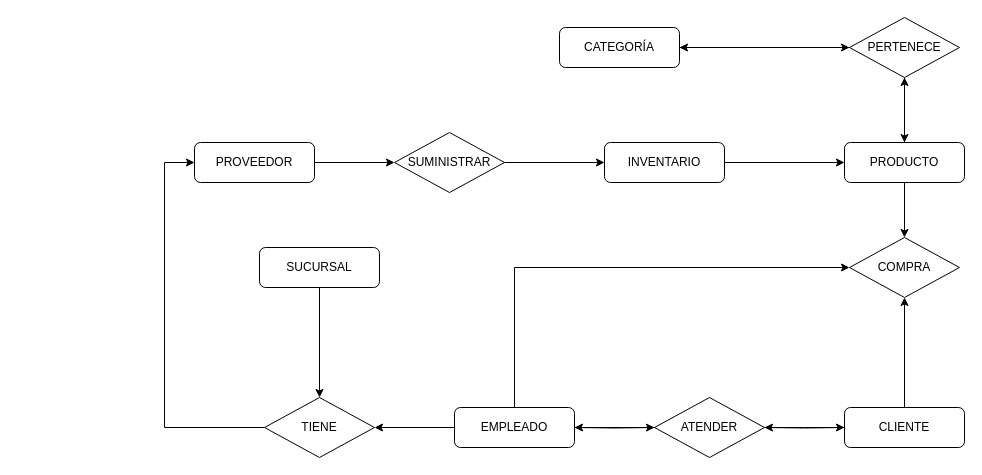
The draw.io diagram DiagramaP2.drawio in charlotosisi/Bases-de-datos-2023, before the edit. Source tidied: cells renumbered, new cells numbered last; positions are measured from the earlier drawing's top-left corner, leaving out a move shared by most shapes. Both pictures are drawn from the tidied source at 100%, with x=0, y=0 at pixel (164, 17).
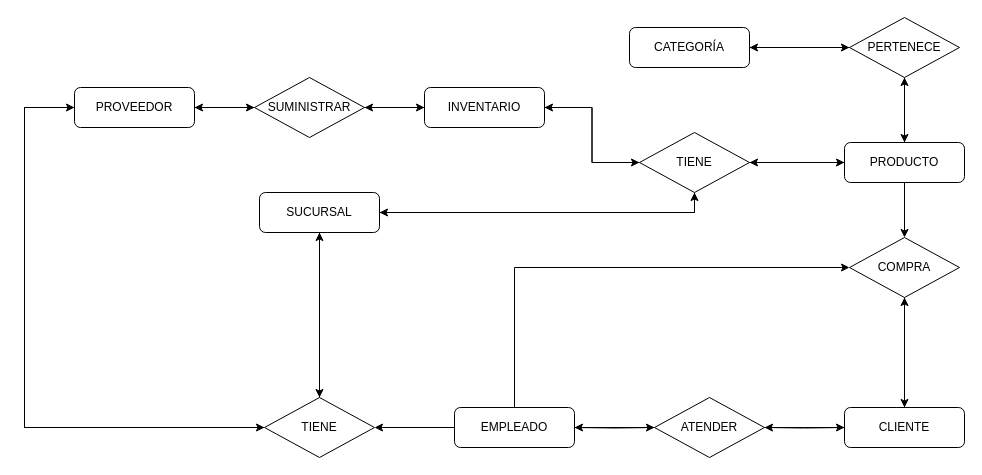
Above is the later version.

The change refers to these unchanged cells:
```xml
<mxCell id="8" value="PRODUCTO" style="rounded=1;whiteSpace=wrap;html=1;fontSize=12;glass=0;strokeWidth=1;shadow=0;" parent="1" vertex="1">
  <mxGeometry x="680" y="125" width="120" height="40" as="geometry" />
</mxCell>
<mxCell id="14" value="COMPRA" style="rhombus;whiteSpace=wrap;html=1;" parent="1" vertex="1">
  <mxGeometry x="685" y="220" width="110" height="60" as="geometry" />
</mxCell>
<mxCell id="27" value="TIENE" style="rhombus;whiteSpace=wrap;html=1;" parent="1" vertex="1">
  <mxGeometry x="100" y="380" width="110" height="60" as="geometry" />
</mxCell>
```

Diff of the diagram source:
```diff
@@
+    <mxCell id="32" style="edgeStyle=orthogonalEdgeStyle;rounded=0;jettySize=auto;html=1;entryX=0;entryY=0.5;entryDx=0;entryDy=0;" parent="1" edge="1" source="5" target="27">
+      <mxGeometry relative="1" as="geometry">
+        <Array as="points">
+          <mxPoint x="-140" y="90" />
+          <mxPoint x="-140" y="410" />
+        </Array>
+      </mxGeometry>
+    </mxCell>
     <mxCell id="5" value="PROVEEDOR" style="rounded=1;whiteSpace=wrap;html=1;fontSize=12;glass=0;strokeWidth=1;shadow=0;" parent="1" vertex="1">
-      <mxGeometry x="30" y="125" width="120" height="40" as="geometry" />
+      <mxGeometry x="-90" y="70" width="120" height="40" as="geometry" />
     </mxCell>
@@
+    <mxCell id="33" style="edgeStyle=orthogonalEdgeStyle;rounded=0;jettySize=auto;html=1;entryX=1;entryY=0.5;entryDx=0;entryDy=0;" parent="1" edge="1" source="8" target="43">
+      <mxGeometry relative="1" as="geometry" />
+    </mxCell>
@@
     <mxCell id="10" value="CATEGORÍA" style="rounded=1;whiteSpace=wrap;html=1;fontSize=12;glass=0;strokeWidth=1;shadow=0;" parent="1" vertex="1">
-      <mxGeometry x="395" y="10" width="120" height="40" as="geometry" />
+      <mxGeometry x="465" y="10" width="120" height="40" as="geometry" />
     </mxCell>
@@
+    <mxCell id="34" style="edgeStyle=orthogonalEdgeStyle;rounded=0;jettySize=auto;html=1;" parent="1" edge="1" source="14">
+      <mxGeometry relative="1" as="geometry">
+        <mxPoint x="740" y="390" as="targetPoint" />
+      </mxGeometry>
+    </mxCell>
@@
+    <mxCell id="35" style="edgeStyle=orthogonalEdgeStyle;rounded=0;jettySize=auto;html=1;entryX=0.5;entryY=1;entryDx=0;entryDy=0;" parent="1" edge="1" source="25" target="43">
+      <mxGeometry relative="1" as="geometry" />
+    </mxCell>
     <mxCell id="25" value="SUCURSAL" style="rounded=1;whiteSpace=wrap;html=1;fontSize=12;glass=0;strokeWidth=1;shadow=0;" parent="1" vertex="1">
-      <mxGeometry x="95" y="230" width="120" height="40" as="geometry" />
+      <mxGeometry x="95" y="175" width="120" height="40" as="geometry" />
     </mxCell>
     <mxCell id="26" style="edgeStyle=orthogonalEdgeStyle;rounded=0;jettySize=auto;html=1;exitX=0;exitY=0.5;exitDx=0;exitDy=0;entryX=0;entryY=0.5;entryDx=0;entryDy=0;" parent="1" edge="1" source="27" target="5">
       <mxGeometry relative="1" as="geometry">
         <Array as="points">
-          <mxPoint y="410" />
-          <mxPoint y="145" />
+          <mxPoint x="-140" y="410" />
+          <mxPoint x="-140" y="90" />
         </Array>
       </mxGeometry>
     </mxCell>
+    <mxCell id="36" style="edgeStyle=orthogonalEdgeStyle;rounded=0;jettySize=auto;html=1;entryX=0.5;entryY=1;entryDx=0;entryDy=0;" parent="1" edge="1" source="27" target="25">
+      <mxGeometry relative="1" as="geometry" />
+    </mxCell>
@@
+    <mxCell id="37" style="edgeStyle=orthogonalEdgeStyle;rounded=0;jettySize=auto;html=1;entryX=1;entryY=0.5;entryDx=0;entryDy=0;" parent="1" edge="1" source="29" target="5">
+      <mxGeometry relative="1" as="geometry" />
+    </mxCell>
     <mxCell id="29" value="SUMINISTRAR" style="rhombus;whiteSpace=wrap;html=1;" parent="1" vertex="1">
-      <mxGeometry x="230" y="115" width="110" height="60" as="geometry" />
+      <mxGeometry x="90" y="60" width="110" height="60" as="geometry" />
     </mxCell>
-    <mxCell id="30" style="edgeStyle=orthogonalEdgeStyle;rounded=0;jettySize=auto;html=1;" parent="1" edge="1" source="31" target="8">
-      <mxGeometry relative="1" as="geometry" />
-    </mxCell>
+    <mxCell id="38" style="edgeStyle=orthogonalEdgeStyle;rounded=0;jettySize=auto;html=1;entryX=0;entryY=0.5;entryDx=0;entryDy=0;" parent="1" edge="1" source="31" target="43">
+      <mxGeometry relative="1" as="geometry" />
+    </mxCell>
+    <mxCell id="39" style="edgeStyle=orthogonalEdgeStyle;rounded=0;jettySize=auto;html=1;entryX=1;entryY=0.5;entryDx=0;entryDy=0;" parent="1" edge="1" source="31" target="29">
+      <mxGeometry relative="1" as="geometry" />
+    </mxCell>
     <mxCell id="31" value="INVENTARIO" style="rounded=1;whiteSpace=wrap;html=1;fontSize=12;glass=0;strokeWidth=1;shadow=0;" parent="1" vertex="1">
-      <mxGeometry x="440" y="125" width="120" height="40" as="geometry" />
+      <mxGeometry x="260" y="70" width="120" height="40" as="geometry" />
     </mxCell>
+    <mxCell id="40" style="edgeStyle=orthogonalEdgeStyle;rounded=0;jettySize=auto;html=1;entryX=0;entryY=0.5;entryDx=0;entryDy=0;" parent="1" edge="1" source="43" target="8">
+      <mxGeometry relative="1" as="geometry" />
+    </mxCell>
+    <mxCell id="41" style="edgeStyle=orthogonalEdgeStyle;rounded=0;jettySize=auto;html=1;entryX=1;entryY=0.5;entryDx=0;entryDy=0;" parent="1" edge="1" source="43" target="31">
+      <mxGeometry relative="1" as="geometry" />
+    </mxCell>
+    <mxCell id="42" style="edgeStyle=orthogonalEdgeStyle;rounded=0;jettySize=auto;html=1;entryX=1;entryY=0.5;entryDx=0;entryDy=0;" parent="1" edge="1" source="43" target="25">
+      <mxGeometry relative="1" as="geometry">
+        <Array as="points">
+          <mxPoint x="530" y="195" />
+        </Array>
+      </mxGeometry>
+    </mxCell>
+    <mxCell id="43" value="TIENE" style="rhombus;whiteSpace=wrap;html=1;" parent="1" vertex="1">
+      <mxGeometry x="475" y="115" width="110" height="60" as="geometry" />
+    </mxCell>
```
